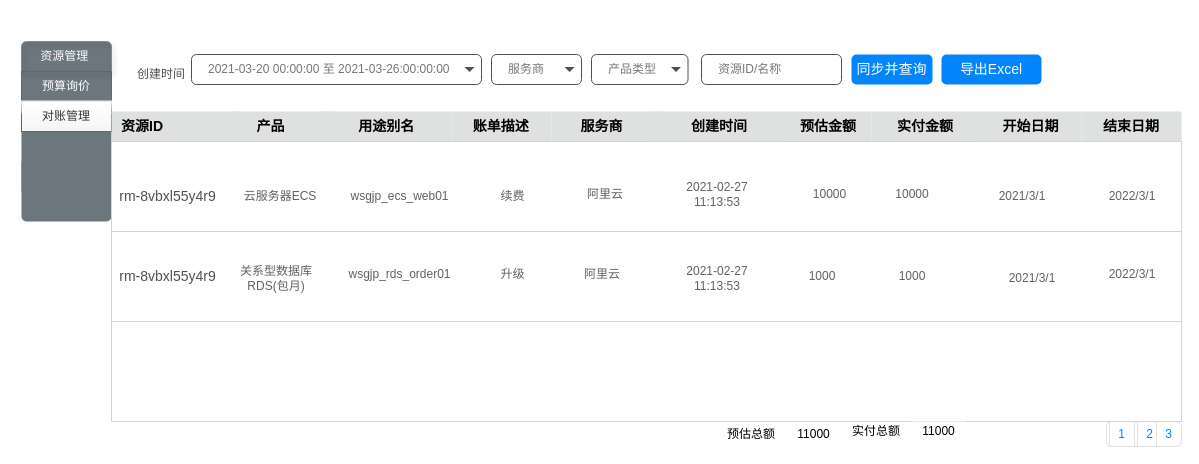
Earlier version of the draw.io diagram page "对账" (3 of 9) of 阿里云交易.drawio (mashifei/uml). Source tidied: cells renumbered, new cells numbered last; positions are measured from the earlier drawing's top-left corner, leaving out a move shared by most shapes. Both pictures are drawn from the tidied source at 100%, with x=0, y=0 at pixel (21, 41).
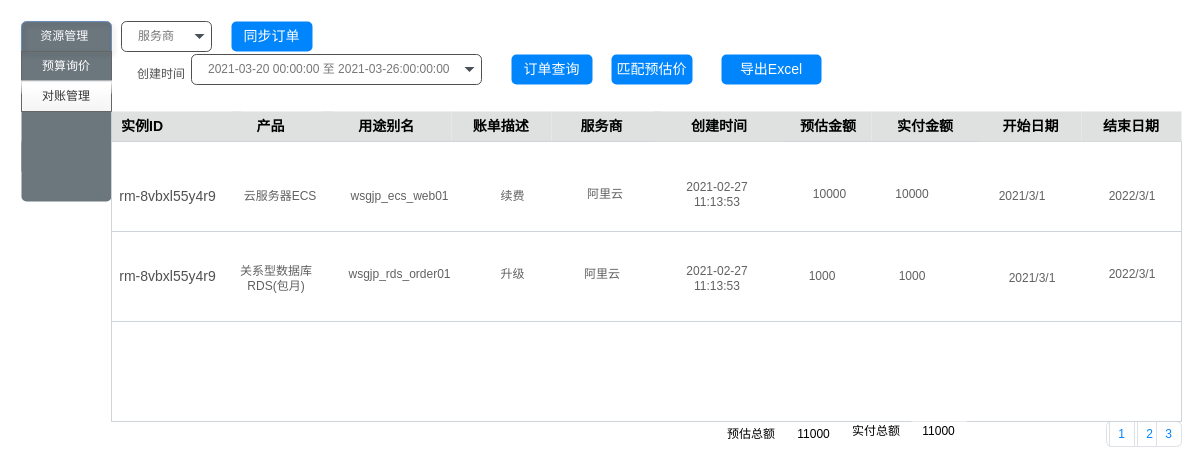
The same page after the edit.

The change refers to these unchanged cells:
```xml
<mxCell id="30" style="group;" parent="1" vertex="1">
  <mxGeometry x="100" y="10" width="841" height="33" as="geometry" />
</mxCell>
```

The edit, as a diff of the source:
```diff
@@
     <mxCell id="2" style="html=1;shadow=0;dashed=0;shape=mxgraph.bootstrap.rrect;rSize=5;strokeColor=none;html=1;whiteSpace=wrap;fillColor=#6C767D;fontColor=#ffffff;" parent="1" vertex="1">
-      <mxGeometry width="90" height="180" as="geometry" />
+      <mxGeometry y="-20" width="90" height="180" as="geometry" />
     </mxCell>
@@
-    <mxCell id="7" value="资源ID" style="rounded=0;whiteSpace=wrap;html=1;arcSize=50;strokeColor=none;strokeWidth=1;fontColor=#000000;whiteSpace=wrap;align=left;verticalAlign=middle;spacingLeft=0;fontStyle=1;fontSize=14;spacing=10;fillColor=#DFE0E0;" parent="1" vertex="1">
+    <mxCell id="7" value="实例ID" style="rounded=0;whiteSpace=wrap;html=1;arcSize=50;strokeColor=none;strokeWidth=1;fontColor=#000000;whiteSpace=wrap;align=left;verticalAlign=middle;spacingLeft=0;fontStyle=1;fontSize=14;spacing=10;fillColor=#DFE0E0;" parent="1" vertex="1">
       <mxGeometry x="90" y="70" width="130" height="30" as="geometry" />
     </mxCell>
@@
-    <mxCell id="34" value="服务商" style="html=1;shadow=0;dashed=0;shape=mxgraph.bootstrap.rrect;rSize=5;strokeColor=#505050;strokeWidth=1;fillColor=#ffffff;fontColor=#777777;whiteSpace=wrap;align=left;verticalAlign=middle;fontStyle=0;fontSize=12;spacingRight=0;spacing=17;rounded=0;sketch=0;" parent="30" vertex="1">
-      <mxGeometry x="370" y="3" width="90" height="30" as="geometry" />
-    </mxCell>
-    <mxCell id="35" style="shape=triangle;direction=south;fillColor=#495057;strokeColor=none;perimeter=none;" parent="34" vertex="1">
-      <mxGeometry x="1" y="0.5" width="10" height="5" relative="1" as="geometry">
-        <mxPoint x="-17" y="-2.5" as="offset" />
-      </mxGeometry>
-    </mxCell>
-    <mxCell id="36" value="产品类型" style="html=1;shadow=0;dashed=0;shape=mxgraph.bootstrap.rrect;rSize=5;strokeColor=#505050;strokeWidth=1;fillColor=#ffffff;fontColor=#777777;whiteSpace=wrap;align=left;verticalAlign=middle;fontStyle=0;fontSize=12;spacingRight=0;spacing=17;rounded=0;sketch=0;" parent="30" vertex="1">
-      <mxGeometry x="470" y="3" width="96.5" height="30" as="geometry" />
-    </mxCell>
-    <mxCell id="37" style="shape=triangle;direction=south;fillColor=#495057;strokeColor=none;perimeter=none;" parent="36" vertex="1">
-      <mxGeometry x="1" y="0.5" width="10" height="5" relative="1" as="geometry">
-        <mxPoint x="-17" y="-2.5" as="offset" />
-      </mxGeometry>
-    </mxCell>
-    <mxCell id="38" value="资源ID/名称" style="html=1;shadow=0;dashed=0;shape=mxgraph.bootstrap.rrect;rSize=5;strokeColor=#505050;strokeWidth=1;fillColor=#ffffff;fontColor=#777777;whiteSpace=wrap;align=left;verticalAlign=middle;fontStyle=0;fontSize=12;spacingRight=0;spacing=17;rounded=0;sketch=0;" parent="30" vertex="1">
-      <mxGeometry x="580" y="3" width="140" height="30" as="geometry" />
-    </mxCell>
-    <mxCell id="39" value="同步并查询" style="html=1;shadow=0;dashed=0;shape=mxgraph.bootstrap.rrect;rSize=5;strokeColor=none;strokeWidth=1;fillColor=#0085FC;fontColor=#FFFFFF;whiteSpace=wrap;align=center;verticalAlign=middle;spacingLeft=0;fontStyle=0;fontSize=14;spacing=5;rounded=0;sketch=0;" parent="30" vertex="1">
-      <mxGeometry x="730" y="3" width="81" height="30" as="geometry" />
+    <mxCell id="39" value="订单查询" style="html=1;shadow=0;dashed=0;shape=mxgraph.bootstrap.rrect;rSize=5;strokeColor=none;strokeWidth=1;fillColor=#0085FC;fontColor=#FFFFFF;whiteSpace=wrap;align=center;verticalAlign=middle;spacingLeft=0;fontStyle=0;fontSize=14;spacing=5;rounded=0;sketch=0;" parent="30" vertex="1">
+      <mxGeometry x="390" y="3" width="81" height="30" as="geometry" />
     </mxCell>
+    <mxCell id="55" value="导出Excel" style="html=1;shadow=0;dashed=0;shape=mxgraph.bootstrap.rrect;rSize=5;strokeColor=none;strokeWidth=1;fillColor=#0085FC;fontColor=#FFFFFF;whiteSpace=wrap;align=center;verticalAlign=middle;spacingLeft=0;fontStyle=0;fontSize=14;spacing=5;rounded=0;sketch=0;" parent="30" vertex="1">
+      <mxGeometry x="600" y="3" width="100" height="30" as="geometry" />
+    </mxCell>
+    <mxCell id="61" value="匹配预估价" style="html=1;shadow=0;dashed=0;shape=mxgraph.bootstrap.rrect;rSize=5;strokeColor=none;strokeWidth=1;fillColor=#0085FC;fontColor=#FFFFFF;whiteSpace=wrap;align=center;verticalAlign=middle;spacingLeft=0;fontStyle=0;fontSize=14;spacing=5;rounded=0;sketch=0;" parent="30" vertex="1">
+      <mxGeometry x="490" y="3" width="81" height="30" as="geometry" />
+    </mxCell>
@@
-    <mxCell id="55" value="导出Excel" style="html=1;shadow=0;dashed=0;shape=mxgraph.bootstrap.rrect;rSize=5;strokeColor=none;strokeWidth=1;fillColor=#0085FC;fontColor=#FFFFFF;whiteSpace=wrap;align=center;verticalAlign=middle;spacingLeft=0;fontStyle=0;fontSize=14;spacing=5;rounded=0;sketch=0;" parent="1" vertex="1">
-      <mxGeometry x="920" y="13" width="100" height="30" as="geometry" />
-    </mxCell>
@@
+    <mxCell id="34" value="服务商" style="html=1;shadow=0;dashed=0;shape=mxgraph.bootstrap.rrect;rSize=5;strokeColor=#505050;strokeWidth=1;fillColor=#ffffff;fontColor=#777777;whiteSpace=wrap;align=left;verticalAlign=middle;fontStyle=0;fontSize=12;spacingRight=0;spacing=17;rounded=0;sketch=0;" parent="1" vertex="1">
+      <mxGeometry x="100" y="-20" width="90" height="30" as="geometry" />
+    </mxCell>
+    <mxCell id="35" style="shape=triangle;direction=south;fillColor=#495057;strokeColor=none;perimeter=none;" parent="34" vertex="1">
+      <mxGeometry x="1" y="0.5" width="10" height="5" relative="1" as="geometry">
+        <mxPoint x="-17" y="-2.5" as="offset" />
+      </mxGeometry>
+    </mxCell>
+    <mxCell id="62" value="同步订单" style="html=1;shadow=0;dashed=0;shape=mxgraph.bootstrap.rrect;rSize=5;strokeColor=none;strokeWidth=1;fillColor=#0085FC;fontColor=#FFFFFF;whiteSpace=wrap;align=center;verticalAlign=middle;spacingLeft=0;fontStyle=0;fontSize=14;spacing=5;rounded=0;sketch=0;" parent="1" vertex="1">
+      <mxGeometry x="210" y="-20" width="81" height="30" as="geometry" />
+    </mxCell>
```
